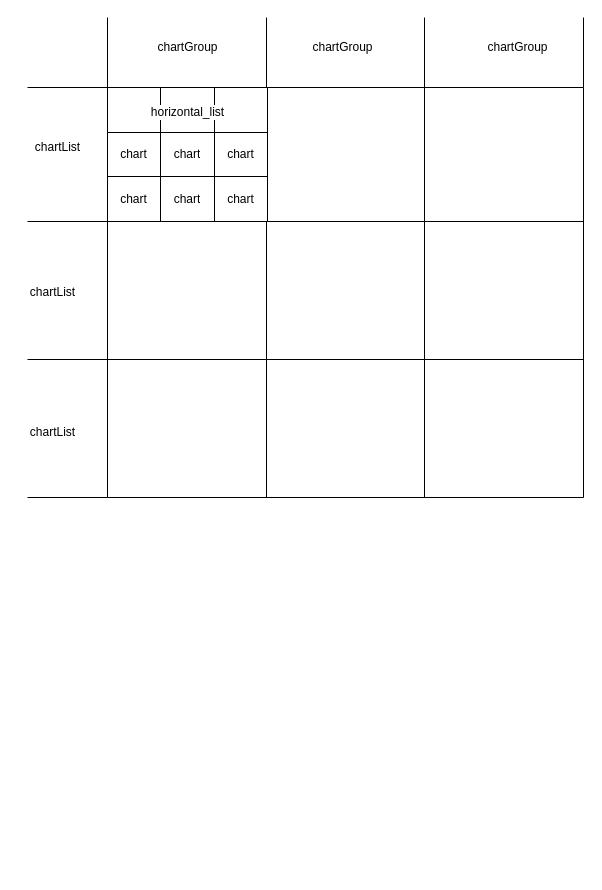
Mr-xzq/drawio keeps this draw.io diagram as page "DashboardModule-布局示意图" (2 of 3) of source/Dashboard-chart渲染流程图.drawio. Above is the earlier version. Source tidied: cells renumbered, new cells numbered last; positions are measured from the earlier drawing's top-left corner, leaving out a move shared by most shapes. Both pictures are drawn from the tidied source at 100%, with x=0, y=0 at pixel (17, 17).
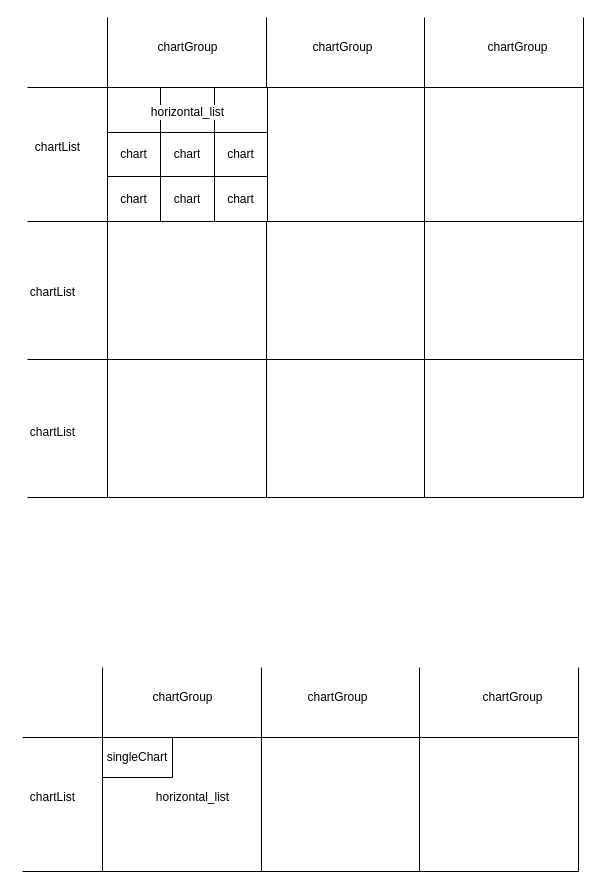
The same page after the edit.

Commit message:
更新Dashboard-chart渲染流程图.drawio

The edit, as a diff of the source:
```diff
@@
+    <mxCell id="43" style="shape=table;html=1;whiteSpace=wrap;startSize=0;childLayout=tableLayout;" parent="1" vertex="1">
+      <mxGeometry x="85" y="720" width="476" height="134" as="geometry" />
+    </mxCell>
+    <mxCell id="44" style="shape=tableRow;horizontal=0;startSize=0;swimlaneHead=0;swimlaneBody=0;top=0;left=0;bottom=0;right=0;fillColor=none;" parent="43" vertex="1">
+      <mxGeometry width="476" height="134" as="geometry" />
+    </mxCell>
+    <mxCell id="45" style="shape=partialRectangle;html=1;whiteSpace=wrap;fillColor=none;top=0;left=0;bottom=0;right=0;overflow=hidden;" parent="44" vertex="1">
+      <mxGeometry width="159" height="134" as="geometry" />
+    </mxCell>
+    <mxCell id="46" style="shape=partialRectangle;html=1;whiteSpace=wrap;fillColor=none;top=0;left=0;bottom=0;right=0;overflow=hidden;" parent="44" vertex="1">
+      <mxGeometry x="159" width="158" height="134" as="geometry" />
+    </mxCell>
+    <mxCell id="47" style="shape=partialRectangle;html=1;whiteSpace=wrap;fillColor=none;top=0;left=0;bottom=0;right=0;overflow=hidden;" parent="44" vertex="1">
+      <mxGeometry x="317" width="159" height="134" as="geometry" />
+    </mxCell>
+    <mxCell id="48" style="edgeStyle=none;orthogonalLoop=1;jettySize=auto;html=1;rounded=0;endArrow=none;endFill=0;" parent="1" edge="1">
+      <mxGeometry relative="1" as="geometry">
+        <mxPoint x="85" y="720" as="sourcePoint" />
+        <mxPoint x="85" y="650" as="targetPoint" />
+      </mxGeometry>
+    </mxCell>
+    <mxCell id="49" style="edgeStyle=none;orthogonalLoop=1;jettySize=auto;html=1;rounded=0;endArrow=none;endFill=0;" parent="1" edge="1">
+      <mxGeometry relative="1" as="geometry">
+        <mxPoint x="244" y="720" as="sourcePoint" />
+        <mxPoint x="244" y="650" as="targetPoint" />
+      </mxGeometry>
+    </mxCell>
+    <mxCell id="50" style="edgeStyle=none;orthogonalLoop=1;jettySize=auto;html=1;rounded=0;endArrow=none;endFill=0;" parent="1" edge="1">
+      <mxGeometry relative="1" as="geometry">
+        <mxPoint x="402" y="720" as="sourcePoint" />
+        <mxPoint x="402" y="650" as="targetPoint" />
+      </mxGeometry>
+    </mxCell>
+    <mxCell id="51" style="edgeStyle=none;orthogonalLoop=1;jettySize=auto;html=1;rounded=0;endArrow=none;endFill=0;" parent="1" edge="1">
+      <mxGeometry relative="1" as="geometry">
+        <mxPoint x="561" y="720" as="sourcePoint" />
+        <mxPoint x="561" y="650" as="targetPoint" />
+      </mxGeometry>
+    </mxCell>
+    <mxCell id="52" style="edgeStyle=none;orthogonalLoop=1;jettySize=auto;html=1;rounded=0;endArrow=none;endFill=0;" parent="1" edge="1">
+      <mxGeometry relative="1" as="geometry">
+        <mxPoint x="5" y="854" as="sourcePoint" />
+        <mxPoint x="85" y="854" as="targetPoint" />
+      </mxGeometry>
+    </mxCell>
+    <mxCell id="53" style="edgeStyle=none;orthogonalLoop=1;jettySize=auto;html=1;rounded=0;endArrow=none;endFill=0;" parent="1" edge="1">
+      <mxGeometry relative="1" as="geometry">
+        <mxPoint x="5" y="720" as="sourcePoint" />
+        <mxPoint x="85" y="720" as="targetPoint" />
+      </mxGeometry>
+    </mxCell>
+    <mxCell id="54" value="chartGroup" style="text;html=1;align=center;verticalAlign=middle;fillColor=none;strokeColor=none;rounded=0;" parent="1" vertex="1">
+      <mxGeometry x="280" y="665" width="80" height="30" as="geometry" />
+    </mxCell>
+    <mxCell id="55" value="chartGroup" style="text;html=1;align=center;verticalAlign=middle;fillColor=none;strokeColor=none;rounded=0;" parent="1" vertex="1">
+      <mxGeometry x="125" y="665" width="80" height="30" as="geometry" />
+    </mxCell>
+    <mxCell id="56" value="chartGroup" style="text;html=1;align=center;verticalAlign=middle;fillColor=none;strokeColor=none;rounded=0;" parent="1" vertex="1">
+      <mxGeometry x="455" y="665" width="80" height="30" as="geometry" />
+    </mxCell>
+    <mxCell id="57" value="chartList" style="text;html=1;align=center;verticalAlign=middle;strokeColor=none;fillColor=none;" parent="1" vertex="1">
+      <mxGeometry y="765" width="70" height="30" as="geometry" />
+    </mxCell>
+    <mxCell id="58" value="horizontal_list" style="text;html=1;align=center;verticalAlign=middle;fillColor=none;strokeColor=none;rounded=0;labelBackgroundColor=#FFFFFF;fontColor=#000000;" parent="1" vertex="1">
+      <mxGeometry x="125" y="765" width="100" height="30" as="geometry" />
+    </mxCell>
+    <mxCell id="59" value="singleChart" style="rounded=0;whiteSpace=wrap;html=1;labelBackgroundColor=#FFFFFF;fontColor=#000000;" parent="1" vertex="1">
+      <mxGeometry x="85" y="720" width="70" height="40" as="geometry" />
+    </mxCell>
```
